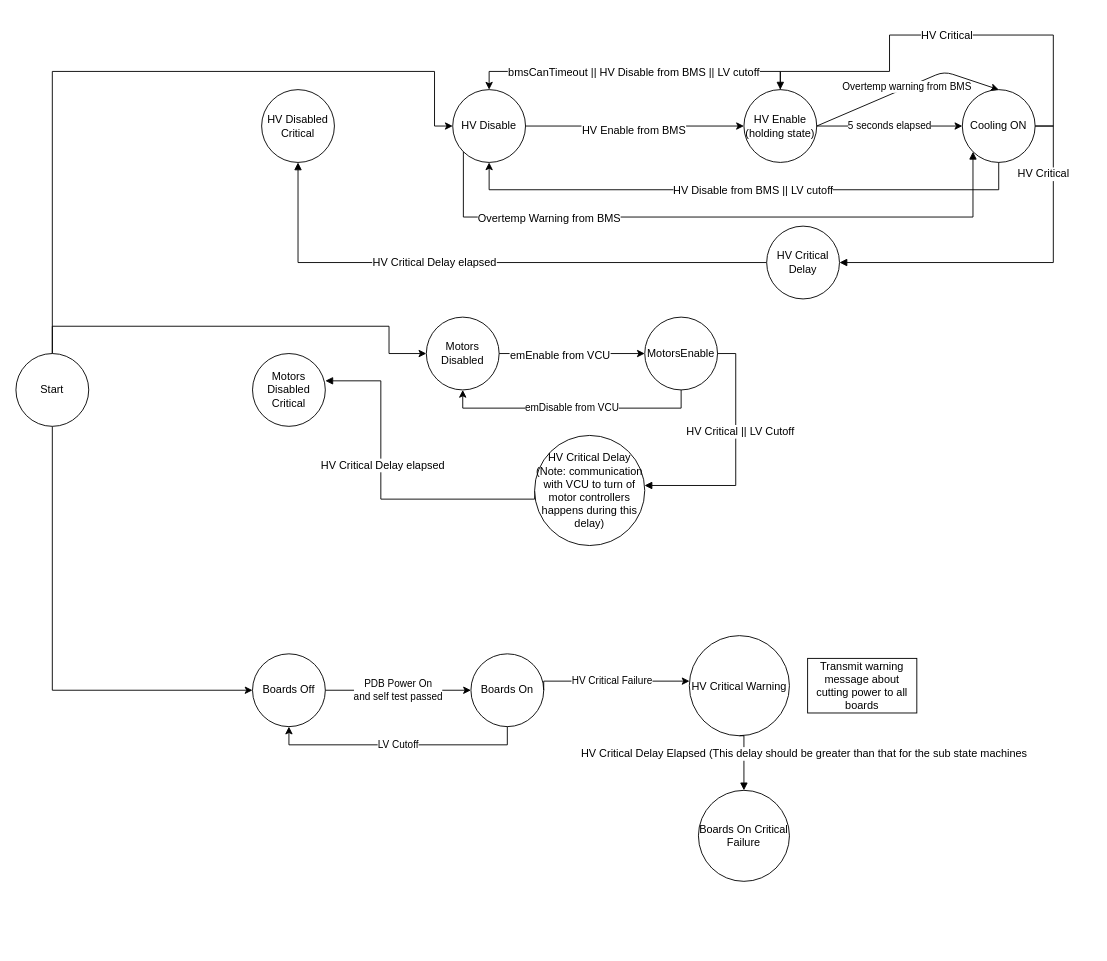
Above: Docs/state-machines/PDU.drawio in UWaterloo-Formula-Electric/firmware (draw.io), before the change. Source tidied: cells renumbered, new cells numbered last; positions are measured from the earlier drawing's top-left corner, leaving out a move shared by most shapes. Both pictures are drawn from the tidied source at 91%, with x=0, y=0 at pixel (15, 35).
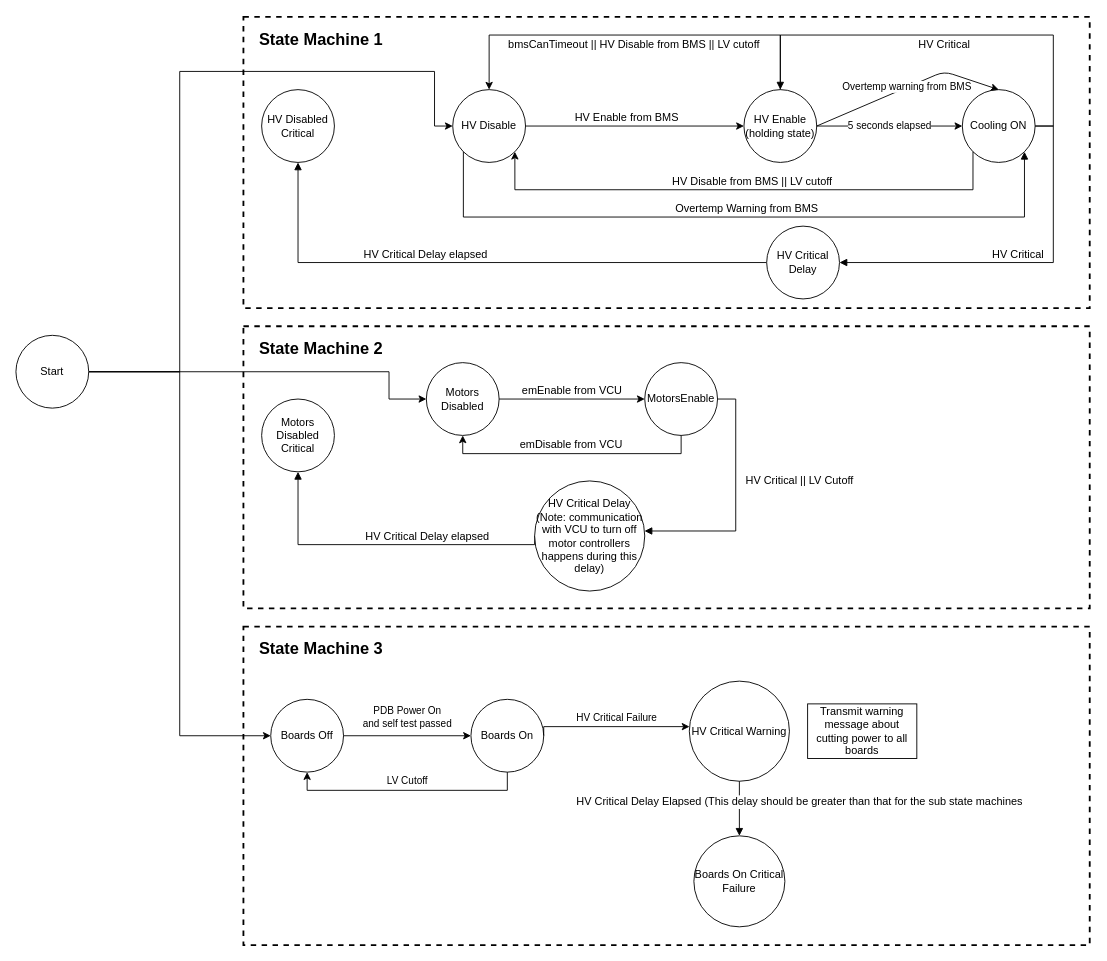
The same diagram, later.

Commit message:
Clean up diagram, try to improve readability

Unchanged cells that the change refers to:
```xml
<mxCell id="2" value="HV Disable" style="ellipse;whiteSpace=wrap;html=1;" parent="1" vertex="1">
  <mxGeometry x="480" y="60" width="80" height="80" as="geometry" />
</mxCell>
<mxCell id="5" value="HV Enable (holding state)" style="ellipse;whiteSpace=wrap;html=1;" parent="1" vertex="1">
  <mxGeometry x="800" y="60" width="80" height="80" as="geometry" />
</mxCell>
<mxCell id="6" style="edgeStyle=orthogonalEdgeStyle;rounded=0;html=1;exitX=1;exitY=0.5;entryX=0;entryY=0.5;jettySize=auto;" parent="1" edge="1" source="2" target="5">
  <mxGeometry relative="1" as="geometry" />
</mxCell>
<mxCell id="10" value="Cooling ON" style="ellipse;whiteSpace=wrap;html=1;" parent="1" vertex="1">
  <mxGeometry x="1040" y="60" width="80" height="80" as="geometry" />
</mxCell>
<mxCell id="17" style="edgeStyle=orthogonalEdgeStyle;rounded=0;html=1;exitX=1;exitY=0.5;jettySize=auto;entryX=0;entryY=0.5;" parent="1" edge="1" source="16" target="21">
  <mxGeometry relative="1" as="geometry" />
</mxCell>
<mxCell id="34" style="edgeStyle=orthogonalEdgeStyle;rounded=0;html=1;entryX=0;entryY=0.5;startArrow=block;startFill=1;endArrow=none;endFill=0;jettySize=auto;exitX=0.5;exitY=1;" parent="1" edge="1" source="40" target="38">
  <mxGeometry relative="1" as="geometry">
    <Array as="points">
      <mxPoint x="310" y="250" />
    </Array>
  </mxGeometry>
</mxCell>
<mxCell id="36" style="edgeStyle=orthogonalEdgeStyle;rounded=0;html=1;startArrow=block;startFill=1;endArrow=none;endFill=0;jettySize=auto;entryX=1;entryY=0.5;" parent="1" edge="1" source="38" target="10">
  <mxGeometry relative="1" as="geometry" />
</mxCell>
```

The edit, as a diff of the source:
```diff
@@
+    <mxCell id="48" style="rounded=0;whiteSpace=wrap;html=1;fontSize=18;fillColor=none;dashed=1;strokeWidth=2;" parent="1" vertex="1">
+      <mxGeometry x="250" y="650" width="930" height="350" as="geometry" />
+    </mxCell>
+    <mxCell id="49" style="rounded=0;whiteSpace=wrap;html=1;fontSize=18;fillColor=none;dashed=1;strokeWidth=2;" parent="1" vertex="1">
+      <mxGeometry x="250" y="320" width="930" height="310" as="geometry" />
+    </mxCell>
+    <mxCell id="50" style="rounded=0;whiteSpace=wrap;html=1;fontSize=18;fillColor=none;dashed=1;strokeWidth=2;" parent="1" vertex="1">
+      <mxGeometry x="250" y="-20" width="930" height="320" as="geometry" />
+    </mxCell>
@@
     <mxCell id="3" style="edgeStyle=orthogonalEdgeStyle;rounded=0;html=1;exitX=0.5;exitY=0;startArrow=block;startFill=1;endArrow=none;endFill=0;jettySize=auto;entryX=1;entryY=0.5;" parent="1" edge="1" source="5" target="10">
       <mxGeometry relative="1" as="geometry">
         <Array as="points">
-          <mxPoint x="840" y="40" />
-          <mxPoint x="960" y="40" />
-          <mxPoint x="960" />
+          <mxPoint x="840" />
           <mxPoint x="1140" />
           <mxPoint x="1140" y="100" />
         </Array>
       </mxGeometry>
     </mxCell>
     <mxCell id="4" value="HV Critical" style="text;html=1;align=center;verticalAlign=middle;labelBackgroundColor=#ffffff;" parent="3" vertex="1">
-      <mxGeometry x="0.01" relative="1" as="geometry" />
+      <mxGeometry x="0.01" relative="1" as="geometry">
+        <mxPoint x="-3" y="10" as="offset" />
+      </mxGeometry>
     </mxCell>
@@
     <mxCell id="7" value="HV Enable from BMS" style="text;html=1;align=center;verticalAlign=middle;labelBackgroundColor=#ffffff;" parent="6" vertex="1">
-      <mxGeometry x="-0.02" y="-4" relative="1" as="geometry" />
+      <mxGeometry x="-0.02" y="-4" relative="1" as="geometry">
+        <mxPoint x="-8" y="-14" as="offset" />
+      </mxGeometry>
     </mxCell>
-    <mxCell id="8" style="edgeStyle=orthogonalEdgeStyle;rounded=0;html=1;exitX=0;exitY=1;startArrow=block;startFill=1;endArrow=none;endFill=0;jettySize=auto;entryX=0;entryY=1;" parent="1" edge="1" source="10" target="2">
+    <mxCell id="8" style="edgeStyle=orthogonalEdgeStyle;rounded=0;html=1;exitX=1;exitY=1;startArrow=block;startFill=1;endArrow=none;endFill=0;jettySize=auto;entryX=0;entryY=1;exitDx=0;exitDy=0;" parent="1" edge="1" source="10" target="2">
       <mxGeometry relative="1" as="geometry">
         <Array as="points">
-          <mxPoint x="1052" y="200" />
+          <mxPoint x="1108" y="200" />
           <mxPoint x="492" y="200" />
         </Array>
       </mxGeometry>
     </mxCell>
     <mxCell id="9" value="Overtemp Warning from BMS" style="text;html=1;align=center;verticalAlign=middle;labelBackgroundColor=#ffffff;" parent="8" vertex="1">
-      <mxGeometry x="0.53" y="1" relative="1" as="geometry" />
+      <mxGeometry x="0.53" y="1" relative="1" as="geometry">
+        <mxPoint x="203" y="-11" as="offset" />
+      </mxGeometry>
     </mxCell>
@@
-    <mxCell id="12" style="edgeStyle=orthogonalEdgeStyle;rounded=0;html=1;exitX=0.5;exitY=1;entryX=0.5;entryY=1;jettySize=auto;" parent="1" edge="1" source="10" target="2">
+    <mxCell id="12" style="edgeStyle=orthogonalEdgeStyle;rounded=0;html=1;exitX=0;exitY=1;entryX=1;entryY=1;jettySize=auto;entryDx=0;entryDy=0;exitDx=0;exitDy=0;" parent="1" edge="1" source="10" target="2">
       <mxGeometry relative="1" as="geometry">
         <Array as="points">
-          <mxPoint x="1080" y="170" />
-          <mxPoint x="520" y="170" />
+          <mxPoint x="1052" y="170" />
+          <mxPoint x="548" y="170" />
         </Array>
       </mxGeometry>
     </mxCell>
     <mxCell id="13" value="HV Disable from BMS || LV cutoff" style="text;html=1;align=center;verticalAlign=middle;labelBackgroundColor=#ffffff;" parent="12" vertex="1">
       <mxGeometry x="-0.03" y="3" relative="1" as="geometry">
-        <mxPoint y="-3" as="offset" />
+        <mxPoint y="-13" as="offset" />
       </mxGeometry>
     </mxCell>
-    <mxCell id="14" style="edgeStyle=orthogonalEdgeStyle;rounded=0;html=1;entryX=0;entryY=0.5;startArrow=block;startFill=1;endArrow=none;endFill=0;jettySize=auto;" parent="1" edge="1" target="33">
+    <mxCell id="14" style="edgeStyle=orthogonalEdgeStyle;rounded=0;html=1;entryX=0;entryY=0.5;startArrow=block;startFill=1;endArrow=none;endFill=0;jettySize=auto;exitX=0.5;exitY=1;exitDx=0;exitDy=0;" parent="1" edge="1" source="39" target="33">
       <mxGeometry relative="1" as="geometry">
-        <mxPoint x="340" y="380" as="sourcePoint" />
         <Array as="points">
-          <mxPoint x="401" y="380" />
-          <mxPoint x="401" y="510" />
+          <mxPoint x="310" y="560" />
+          <mxPoint x="570" y="560" />
         </Array>
       </mxGeometry>
     </mxCell>
-    <mxCell id="15" value="HV Critical Delay elapsed" style="text;html=1;align=center;verticalAlign=middle;labelBackgroundColor=#ffffff;" parent="14" vertex="1">
-      <mxGeometry x="-0.17" y="1" relative="1" as="geometry" />
+    <mxCell id="15" value="HV Critical Delay elapsed" style="text;html=1;align=center;verticalAlign=middle;labelBackgroundColor=none;" parent="14" vertex="1">
+      <mxGeometry x="-0.17" y="1" relative="1" as="geometry">
+        <mxPoint x="76" y="-8.5" as="offset" />
+      </mxGeometry>
     </mxCell>
     <mxCell id="16" value="Motors Disabled" style="ellipse;whiteSpace=wrap;html=1;" parent="1" vertex="1">
-      <mxGeometry x="451" y="310" width="80" height="80" as="geometry" />
+      <mxGeometry x="451" y="360" width="80" height="80" as="geometry" />
     </mxCell>
@@
-    <mxCell id="18" value="emEnable from VCU" style="text;html=1;align=center;verticalAlign=middle;labelBackgroundColor=#ffffff;" parent="17" vertex="1">
-      <mxGeometry x="-0.17" y="-1" relative="1" as="geometry" />
+    <mxCell id="18" value="&lt;font style=&quot;font-size: 12px&quot;&gt;emEnable from VCU&lt;/font&gt;" style="text;html=1;align=center;verticalAlign=middle;labelBackgroundColor=none;fontSize=11;" parent="17" vertex="1">
+      <mxGeometry x="-0.17" y="-1" relative="1" as="geometry">
+        <mxPoint x="13.2" y="-11" as="offset" />
+      </mxGeometry>
     </mxCell>
     <mxCell id="19" style="edgeStyle=orthogonalEdgeStyle;rounded=0;html=1;exitX=0.5;exitY=0;entryX=0.5;entryY=0;jettySize=auto;" parent="1" edge="1" source="5" target="2">
-      <mxGeometry relative="1" as="geometry" />
+      <mxGeometry relative="1" as="geometry">
+        <Array as="points">
+          <mxPoint x="840" />
+          <mxPoint x="520" />
+        </Array>
+      </mxGeometry>
     </mxCell>
     <mxCell id="20" value="bmsCanTimeout || HV Disable from BMS || LV cutoff&lt;br&gt;" style="text;html=1;align=center;verticalAlign=middle;labelBackgroundColor=#ffffff;" parent="19" vertex="1">
-      <mxGeometry x="0.01" y="1" relative="1" as="geometry" />
+      <mxGeometry x="0.01" y="1" relative="1" as="geometry">
+        <mxPoint y="9" as="offset" />
+      </mxGeometry>
     </mxCell>
     <mxCell id="21" value="MotorsEnable" style="ellipse;whiteSpace=wrap;html=1;" parent="1" vertex="1">
-      <mxGeometry x="691" y="310" width="80" height="80" as="geometry" />
+      <mxGeometry x="691" y="360" width="80" height="80" as="geometry" />
     </mxCell>
-    <mxCell id="22" value="emDisable from VCU" style="edgeStyle=orthogonalEdgeStyle;rounded=0;html=1;exitX=0.5;exitY=1;entryX=0.5;entryY=1;jettySize=auto;" parent="1" edge="1" source="21" target="16">
-      <mxGeometry relative="1" as="geometry" />
+    <mxCell id="22" value="&lt;font style=&quot;font-size: 12px&quot;&gt;emDisable from VCU&lt;/font&gt;" style="edgeStyle=orthogonalEdgeStyle;rounded=0;html=1;exitX=0.5;exitY=1;entryX=0.5;entryY=1;jettySize=auto;" parent="1" edge="1" source="21" target="16">
+      <mxGeometry x="0.01" y="-10" relative="1" as="geometry" />
     </mxCell>
     <mxCell id="23" value="Boards Off" style="ellipse;whiteSpace=wrap;html=1;" parent="1" vertex="1">
-      <mxGeometry x="260" y="680" width="80" height="80" as="geometry" />
+      <mxGeometry x="280" y="730" width="80" height="80" as="geometry" />
     </mxCell>
     <mxCell id="24" value="Boards On" style="ellipse;whiteSpace=wrap;html=1;" parent="1" vertex="1">
-      <mxGeometry x="500" y="680" width="80" height="80" as="geometry" />
+      <mxGeometry x="500" y="730" width="80" height="80" as="geometry" />
     </mxCell>
     <mxCell id="25" value="PDB Power On &lt;br&gt;and self test passed" style="edgeStyle=orthogonalEdgeStyle;rounded=0;html=1;exitX=1;exitY=0.5;entryX=0;entryY=0.5;jettySize=auto;" parent="1" edge="1" source="23" target="24">
-      <mxGeometry relative="1" as="geometry" />
+      <mxGeometry y="20" relative="1" as="geometry" />
     </mxCell>
     <mxCell id="26" value="LV Cutoff" style="edgeStyle=orthogonalEdgeStyle;rounded=0;html=1;exitX=0.5;exitY=1;entryX=0.5;entryY=1;jettySize=auto;" parent="1" edge="1" source="24" target="23">
-      <mxGeometry relative="1" as="geometry" />
+      <mxGeometry y="-10" relative="1" as="geometry" />
     </mxCell>
     <mxCell id="27" value="HV Critical Failure" style="edgeStyle=orthogonalEdgeStyle;rounded=0;html=1;exitX=1;exitY=0.5;jettySize=auto;exitDx=0;exitDy=0;" parent="1" edge="1" source="24" target="28">
-      <mxGeometry relative="1" as="geometry">
+      <mxGeometry x="0.06" y="10" relative="1" as="geometry">
         <Array as="points">
-          <mxPoint x="580" y="710" />
+          <mxPoint x="580" y="760" />
         </Array>
       </mxGeometry>
     </mxCell>
     <mxCell id="28" value="HV Critical Warning" style="ellipse;" parent="1" vertex="1">
-      <mxGeometry x="740" y="660" width="110" height="110" as="geometry" />
+      <mxGeometry x="740" y="710" width="110" height="110" as="geometry" />
     </mxCell>
     <mxCell id="29" value="Transmit warning message about cutting power to all boards" style="whiteSpace=wrap;html=1;" parent="1" vertex="1">
-      <mxGeometry x="870" y="685" width="120" height="60" as="geometry" />
+      <mxGeometry x="870" y="735" width="120" height="60" as="geometry" />
     </mxCell>
@@
     <mxCell id="31" style="edgeStyle=orthogonalEdgeStyle;rounded=0;html=1;entryX=1;entryY=0.5;startArrow=block;startFill=1;endArrow=none;endFill=0;jettySize=auto;" parent="1" edge="1" source="33" target="21">
       <mxGeometry relative="1" as="geometry">
         <Array as="points">
-          <mxPoint x="791" y="495" />
-          <mxPoint x="791" y="350" />
+          <mxPoint x="791" y="545" />
+          <mxPoint x="791" y="400" />
         </Array>
       </mxGeometry>
     </mxCell>
-    <mxCell id="32" value="HV Critical || LV Cutoff" style="text;html=1;align=center;verticalAlign=middle;labelBackgroundColor=#ffffff;" parent="31" vertex="1">
+    <mxCell id="32" value="HV Critical || LV Cutoff" style="text;html=1;align=center;verticalAlign=middle;labelBackgroundColor=none;" parent="31" vertex="1">
       <mxGeometry x="-0.16" y="49" relative="1" as="geometry">
-        <mxPoint x="53" y="-49" as="offset" />
+        <mxPoint x="118" y="-44.4" as="offset" />
       </mxGeometry>
     </mxCell>
-    <mxCell id="33" value="HV Critical Delay&lt;br&gt;(Note: communication with VCU to turn of motor controllers happens during this delay)" style="ellipse;whiteSpace=wrap;html=1;" parent="1" vertex="1">
-      <mxGeometry x="570" y="440" width="121" height="121" as="geometry" />
+    <mxCell id="33" value="HV Critical Delay&lt;br&gt;(Note: communication with VCU to turn off motor controllers happens during this delay)" style="ellipse;whiteSpace=wrap;html=1;" parent="1" vertex="1">
+      <mxGeometry x="570" y="490" width="121" height="121" as="geometry" />
     </mxCell>
@@
     <mxCell id="35" value="HV Critical Delay elapsed" style="text;html=1;align=center;verticalAlign=middle;labelBackgroundColor=#ffffff;" parent="34" vertex="1">
-      <mxGeometry x="-0.17" y="1" relative="1" as="geometry" />
+      <mxGeometry x="-0.17" y="1" relative="1" as="geometry">
+        <mxPoint x="-10" y="-9" as="offset" />
+      </mxGeometry>
     </mxCell>
@@
     <mxCell id="37" value="HV Critical" style="text;html=1;align=center;verticalAlign=middle;labelBackgroundColor=#ffffff;" parent="36" vertex="1">
       <mxGeometry x="-0.16" y="49" relative="1" as="geometry">
-        <mxPoint x="53" y="-49" as="offset" />
+        <mxPoint x="25" y="39" as="offset" />
       </mxGeometry>
     </mxCell>
@@
     <mxCell id="39" value="Motors Disabled Critical" style="ellipse;whiteSpace=wrap;html=1;" parent="1" vertex="1">
-      <mxGeometry x="260" y="350" width="80" height="80" as="geometry" />
+      <mxGeometry x="270" y="400" width="80" height="80" as="geometry" />
     </mxCell>
@@
-    <mxCell id="41" style="edgeStyle=orthogonalEdgeStyle;rounded=0;jettySize=auto;html=1;entryX=0;entryY=0.5;entryDx=0;entryDy=0;" parent="1" edge="1" source="44" target="16">
+    <mxCell id="41" style="edgeStyle=orthogonalEdgeStyle;rounded=0;jettySize=auto;html=1;entryX=0;entryY=0.5;entryDx=0;entryDy=0;exitX=1;exitY=0.5;exitDx=0;exitDy=0;" parent="1" edge="1" source="44" target="16">
       <mxGeometry relative="1" as="geometry">
         <Array as="points">
-          <mxPoint x="40" y="320" />
-          <mxPoint x="410" y="320" />
-          <mxPoint x="410" y="350" />
+          <mxPoint x="410" y="370" />
+          <mxPoint x="410" y="400" />
         </Array>
       </mxGeometry>
     </mxCell>
-    <mxCell id="42" style="edgeStyle=orthogonalEdgeStyle;rounded=0;jettySize=auto;html=1;entryX=0;entryY=0.5;entryDx=0;entryDy=0;" parent="1" edge="1" source="44" target="2">
+    <mxCell id="42" style="edgeStyle=orthogonalEdgeStyle;rounded=0;jettySize=auto;html=1;entryX=0;entryY=0.5;entryDx=0;entryDy=0;exitX=1;exitY=0.5;exitDx=0;exitDy=0;" parent="1" edge="1" source="44" target="2">
       <mxGeometry relative="1" as="geometry">
         <Array as="points">
-          <mxPoint x="40" y="40" />
+          <mxPoint x="180" y="370" />
+          <mxPoint x="180" y="40" />
           <mxPoint x="460" y="40" />
           <mxPoint x="460" y="100" />
         </Array>
       </mxGeometry>
     </mxCell>
-    <mxCell id="43" style="edgeStyle=orthogonalEdgeStyle;rounded=0;jettySize=auto;html=1;entryX=0;entryY=0.5;entryDx=0;entryDy=0;" parent="1" edge="1" source="44" target="23">
+    <mxCell id="43" style="edgeStyle=orthogonalEdgeStyle;rounded=0;jettySize=auto;html=1;entryX=0;entryY=0.5;entryDx=0;entryDy=0;exitX=1;exitY=0.5;exitDx=0;exitDy=0;" parent="1" edge="1" source="44" target="23">
       <mxGeometry relative="1" as="geometry">
         <Array as="points">
-          <mxPoint x="40" y="720" />
+          <mxPoint x="180" y="370" />
+          <mxPoint x="180" y="770" />
         </Array>
       </mxGeometry>
     </mxCell>
     <mxCell id="44" value="Start" style="ellipse;whiteSpace=wrap;html=1;" parent="1" vertex="1">
-      <mxGeometry y="350" width="80" height="80" as="geometry" />
+      <mxGeometry y="330" width="80" height="80" as="geometry" />
     </mxCell>
     <mxCell id="45" value="Boards On Critical Failure" style="ellipse;whiteSpace=wrap;html=1;" parent="1" vertex="1">
-      <mxGeometry x="750" y="830" width="100" height="100" as="geometry" />
+      <mxGeometry x="745" y="880" width="100" height="100" as="geometry" />
     </mxCell>
     <mxCell id="46" style="edgeStyle=orthogonalEdgeStyle;rounded=0;html=1;exitX=0.5;exitY=0;startArrow=block;startFill=1;endArrow=none;endFill=0;jettySize=auto;entryX=0.5;entryY=1;entryDx=0;entryDy=0;exitDx=0;exitDy=0;" parent="1" edge="1" source="45" target="28">
       <mxGeometry relative="1" as="geometry">
         <Array as="points">
-          <mxPoint x="800" y="770" />
+          <mxPoint x="795" y="850" />
+          <mxPoint x="795" y="850" />
         </Array>
       </mxGeometry>
     </mxCell>
@@
+    <mxCell id="51" value="State Machine 1" style="text;html=1;align=center;verticalAlign=middle;fontSize=18;fontStyle=1;" parent="1" vertex="1">
+      <mxGeometry x="260" y="-10" width="150" height="30" as="geometry" />
+    </mxCell>
+    <mxCell id="52" value="State Machine 2" style="text;html=1;align=center;verticalAlign=middle;fontSize=18;fontStyle=1;" parent="1" vertex="1">
+      <mxGeometry x="260" y="330" width="150" height="30" as="geometry" />
+    </mxCell>
+    <mxCell id="53" value="State Machine 3" style="text;html=1;align=center;verticalAlign=middle;fontSize=18;fontStyle=1;" parent="1" vertex="1">
+      <mxGeometry x="260" y="660" width="150" height="30" as="geometry" />
+    </mxCell>
```
